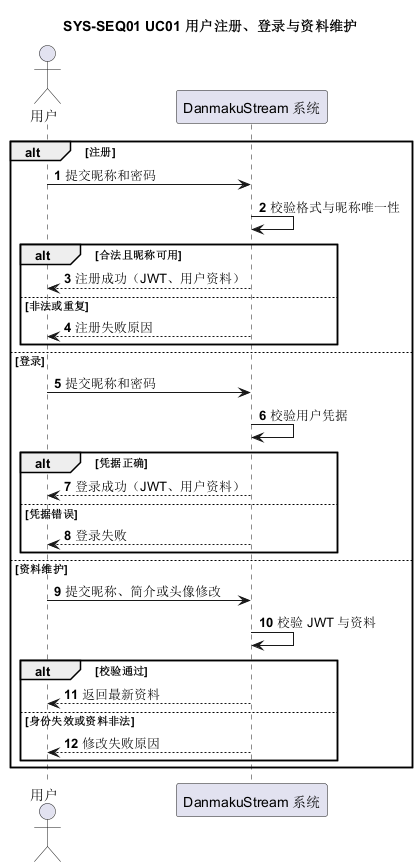
DanmakuStream-Team/DanmakuStream keeps this PlantUML diagram as docs/models/system/SYS-SEQ01.png. Above is the earlier version. Its diagram source:
```plantuml
@startuml
title SYS-SEQ01 UC01 用户注册、登录与资料维护
autonumber
actor 用户 as U
participant "DanmakuStream 系统" as S
alt 注册
  U -> S: 提交昵称和密码
  S -> S: 校验格式与昵称唯一性
  alt 合法且昵称可用
    S --> U: 注册成功（JWT、用户资料）
  else 非法或重复
    S --> U: 注册失败原因
  end
else 登录
  U -> S: 提交昵称和密码
  S -> S: 校验用户凭据
  alt 凭据正确
    S --> U: 登录成功（JWT、用户资料）
  else 凭据错误
    S --> U: 登录失败
  end
else 资料维护
  U -> S: 提交昵称、简介或头像修改
  S -> S: 校验 JWT 与资料
  alt 校验通过
    S --> U: 返回最新资料
  else 身份失效或资料非法
    S --> U: 修改失败原因
  end
end
@enduml
```
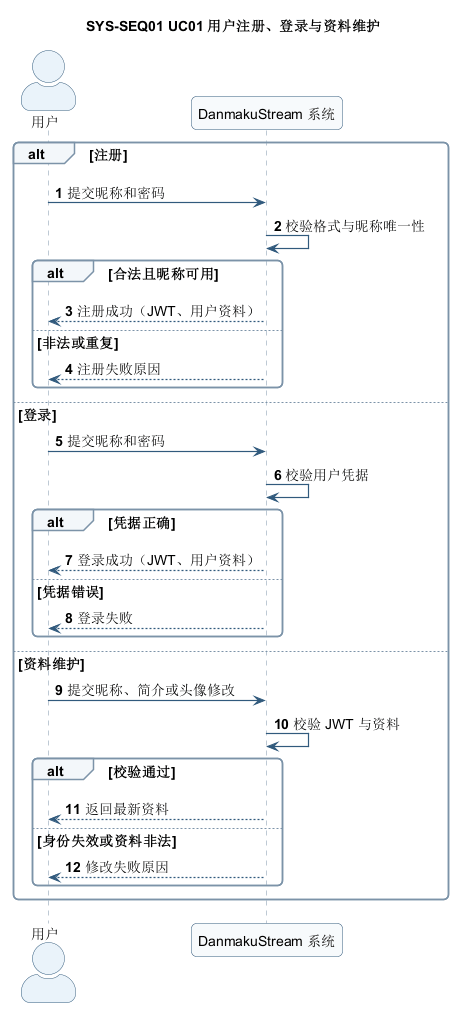
After the change.

Change to the diagram source:
```diff
@@ -1,4 +1,5 @@
 @startuml
+!include ../_theme.puml
 title SYS-SEQ01 UC01 用户注册、登录与资料维护
 autonumber
 actor 用户 as U
```
